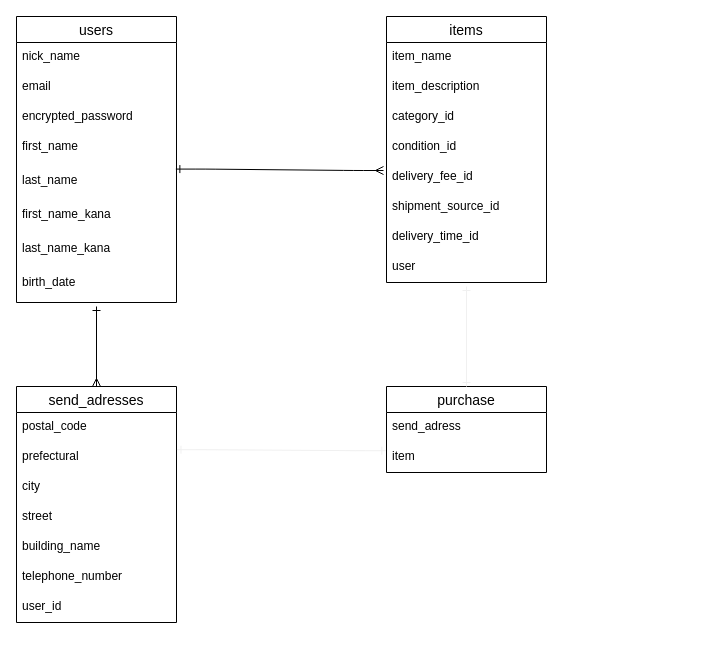
QPtaro/furima-36694 keeps this draw.io diagram as datebase.dio. Above is the earlier version. Source tidied: cells renumbered, new cells numbered last; positions are measured from the earlier drawing's top-left corner, leaving out a move shared by most shapes. Both pictures are drawn from the tidied source at 100%, with x=0, y=0 at pixel (16, 16).
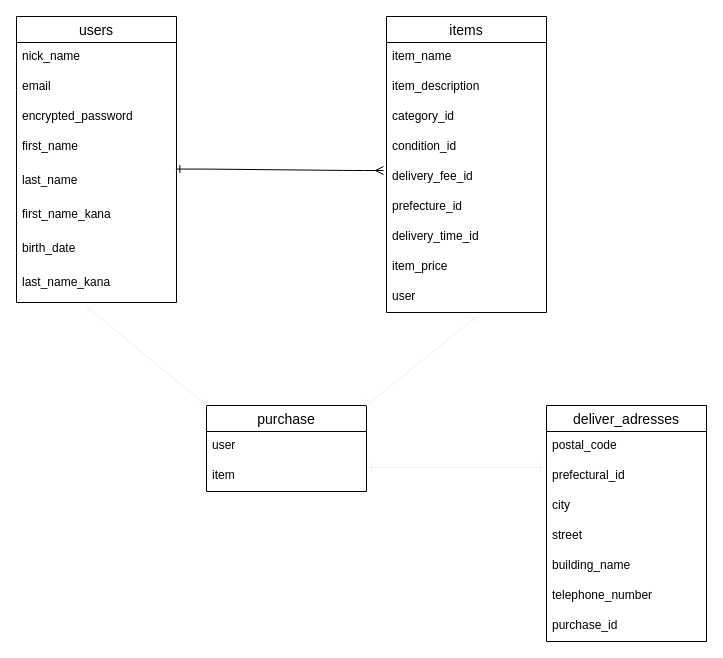
The same page after the edit.

Commit message (it also covers changes not shown here):
データベース修正３

The change refers to these unchanged cells:
```xml
<mxCell id="2" value="users" style="swimlane;fontStyle=0;horizontal=1;startSize=26;align=center;fontSize=14;" parent="1" vertex="1">
  <mxGeometry width="160" height="286" as="geometry" />
</mxCell>
<mxCell id="31" value="item" style="text;strokeColor=none;fillColor=none;spacingLeft=4;spacingRight=4;overflow=hidden;points=[[0,0.5],[1,0.5]];portConstraint=eastwest;fontSize=12;" parent="29" vertex="1">
  <mxGeometry y="56" width="160" height="30" as="geometry" />
</mxCell>
```

What changed in the source:
```diff
@@
+    <mxCell id="10" value="birth_date" style="text;strokeColor=none;fillColor=none;spacingLeft=4;spacingRight=4;overflow=hidden;fontSize=12;" parent="2" vertex="1">
+      <mxGeometry y="218" width="160" height="34" as="geometry" />
+    </mxCell>
     <mxCell id="9" value="last_name_kana" style="text;strokeColor=none;fillColor=none;spacingLeft=4;spacingRight=4;overflow=hidden;fontSize=12;" parent="2" vertex="1">
-      <mxGeometry y="218" width="160" height="34" as="geometry" />
+      <mxGeometry y="252" width="160" height="34" as="geometry" />
     </mxCell>
-    <mxCell id="10" value="birth_date" style="text;strokeColor=none;fillColor=none;spacingLeft=4;spacingRight=4;overflow=hidden;fontSize=12;" parent="2" vertex="1">
-      <mxGeometry y="252" width="160" height="34" as="geometry" />
-    </mxCell>
     <mxCell id="11" value="items" style="swimlane;fontStyle=0;horizontal=1;startSize=26;align=center;fontSize=14;" parent="1" vertex="1">
-      <mxGeometry x="370" width="160" height="266" as="geometry" />
+      <mxGeometry x="370" width="160" height="296" as="geometry" />
     </mxCell>
@@
-    <mxCell id="17" value="shipment_source_id" style="text;strokeColor=none;fillColor=none;spacingLeft=4;spacingRight=4;overflow=hidden;fontSize=12;" parent="11" vertex="1">
+    <mxCell id="17" value="prefecture_id" style="text;strokeColor=none;fillColor=none;spacingLeft=4;spacingRight=4;overflow=hidden;fontSize=12;" parent="11" vertex="1">
       <mxGeometry y="176" width="160" height="30" as="geometry" />
     </mxCell>
@@
+    <mxCell id="35" value="item_price" style="text;strokeColor=none;fillColor=none;spacingLeft=4;spacingRight=4;overflow=hidden;fontSize=12;" parent="11" vertex="1">
+      <mxGeometry y="236" width="160" height="30" as="geometry" />
+    </mxCell>
     <mxCell id="19" value="user" style="text;strokeColor=none;fillColor=none;spacingLeft=4;spacingRight=4;overflow=hidden;fontSize=12;" parent="11" vertex="1">
-      <mxGeometry y="236" width="160" height="30" as="geometry" />
+      <mxGeometry y="266" width="160" height="30" as="geometry" />
     </mxCell>
-    <mxCell id="20" value="send_adresses" style="swimlane;fontStyle=0;horizontal=1;startSize=26;align=center;fontSize=14;" parent="1" vertex="1">
-      <mxGeometry y="370" width="160" height="236" as="geometry" />
+    <mxCell id="20" value="deliver_adresses" style="swimlane;fontStyle=0;horizontal=1;startSize=26;align=center;fontSize=14;" parent="1" vertex="1">
+      <mxGeometry x="530" y="389" width="160" height="236" as="geometry" />
     </mxCell>
@@
-    <mxCell id="22" value="prefectural  " style="text;strokeColor=none;fillColor=none;spacingLeft=4;spacingRight=4;overflow=hidden;points=[[0,0.5],[1,0.5]];portConstraint=eastwest;fontSize=12;" parent="20" vertex="1">
+    <mxCell id="22" value="prefectural_id" style="text;strokeColor=none;fillColor=none;spacingLeft=4;spacingRight=4;overflow=hidden;points=[[0,0.5],[1,0.5]];portConstraint=eastwest;fontSize=12;" parent="20" vertex="1">
       <mxGeometry y="56" width="160" height="30" as="geometry" />
     </mxCell>
@@
-    <mxCell id="27" value="user_id " style="text;strokeColor=none;fillColor=none;spacingLeft=4;spacingRight=4;overflow=hidden;fontSize=12;" parent="20" vertex="1">
+    <mxCell id="27" value="purchase_id" style="text;strokeColor=none;fillColor=none;spacingLeft=4;spacingRight=4;overflow=hidden;fontSize=12;" parent="20" vertex="1">
       <mxGeometry y="206" width="160" height="30" as="geometry" />
     </mxCell>
@@
     <mxCell id="29" value="purchase" style="swimlane;fontStyle=0;horizontal=1;startSize=26;align=center;fontSize=14;" parent="1" vertex="1">
-      <mxGeometry x="370" y="370" width="160" height="86" as="geometry" />
+      <mxGeometry x="190" y="389" width="160" height="86" as="geometry" />
     </mxCell>
-    <mxCell id="30" value="send_adress" style="text;strokeColor=none;fillColor=none;spacingLeft=4;spacingRight=4;overflow=hidden;fontSize=12;" parent="29" vertex="1">
+    <mxCell id="30" value="user" style="text;strokeColor=none;fillColor=none;spacingLeft=4;spacingRight=4;overflow=hidden;fontSize=12;" parent="29" vertex="1">
       <mxGeometry y="26" width="160" height="30" as="geometry" />
     </mxCell>
@@
-    <mxCell id="32" style="fontSize=12;html=1;endArrow=ERone;endFill=0;exitX=0.5;exitY=0;exitDx=0;exitDy=0;startArrow=ERmany;startFill=0;" parent="1" edge="1" source="20">
-      <mxGeometry relative="1" as="geometry">
-        <mxPoint x="80" y="290" as="targetPoint" />
-      </mxGeometry>
-    </mxCell>
-    <mxCell id="33" style="edgeStyle=entityRelationEdgeStyle;fontSize=12;html=1;endArrow=ERone;startArrow=ERone;strokeColor=#f0f0f0;exitX=1.003;exitY=0.24;exitDx=0;exitDy=0;exitPerimeter=0;entryX=-0.004;entryY=0.273;entryDx=0;entryDy=0;entryPerimeter=0;endFill=0;startFill=0;" parent="1" edge="1" source="22" target="31">
-      <mxGeometry relative="1" as="geometry" />
+    <mxCell id="33" style="fontSize=12;html=1;endArrow=ERone;startArrow=ERone;strokeColor=#f0f0f0;endFill=0;startFill=0;rounded=0;" parent="1" edge="1">
+      <mxGeometry relative="1" as="geometry">
+        <mxPoint x="528" y="451" as="sourcePoint" />
+        <mxPoint x="351" y="451" as="targetPoint" />
+      </mxGeometry>
     </mxCell>
-    <mxCell id="34" style="fontSize=12;html=1;endArrow=ERone;startArrow=ERone;strokeColor=#f0f0f0;entryX=0.5;entryY=0;entryDx=0;entryDy=0;endFill=0;startFill=0;" parent="1" edge="1" target="29">
+    <mxCell id="34" style="fontSize=12;html=1;endArrow=ERone;startArrow=ERone;strokeColor=#f0f0f0;endFill=0;startFill=0;entryX=1;entryY=0;entryDx=0;entryDy=0;" parent="1" edge="1" target="29">
       <mxGeometry relative="1" as="geometry">
-        <mxPoint x="450" y="270" as="sourcePoint" />
+        <mxPoint x="460" y="300" as="sourcePoint" />
       </mxGeometry>
     </mxCell>
+    <mxCell id="36" style="fontSize=12;html=1;endArrow=ERone;endFill=1;strokeColor=#f0f0f0;exitX=0;exitY=0;exitDx=0;exitDy=0;startArrow=ERmany;startFill=0;" parent="1" edge="1" source="29">
+      <mxGeometry relative="1" as="geometry">
+        <mxPoint x="70" y="290" as="targetPoint" />
+      </mxGeometry>
+    </mxCell>
```
